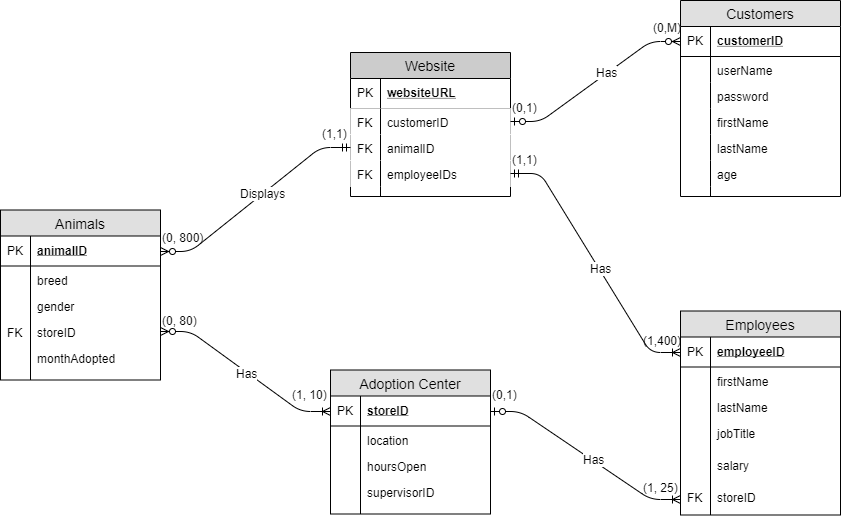
This is Group Assignment 2.png from mtu5017/IST210, a draw.io export, as it was before one commit. Source tidied: cells renumbered, new cells last; positions are measured from the earlier drawing's top-left corner, leaving out a move shared by most shapes.
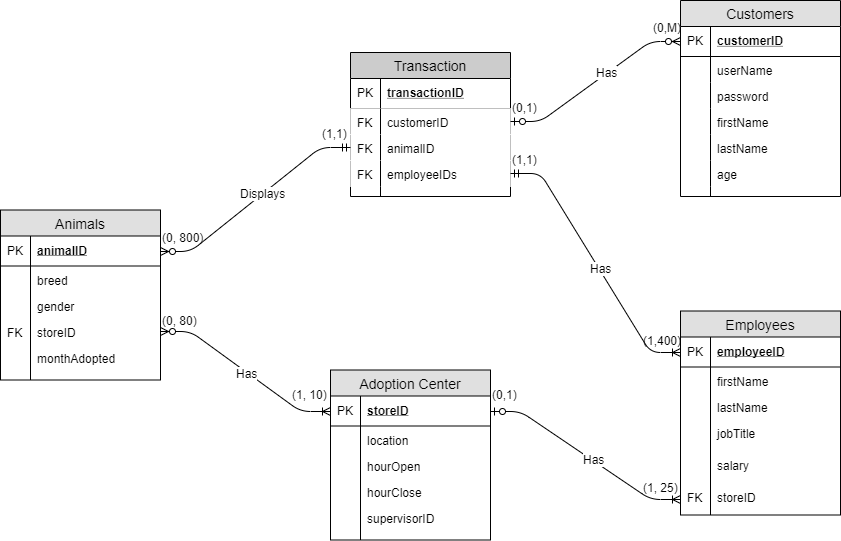
Above is the later version.

The edit, as a diff of the source:
```diff
@@ -87,7 +87,7 @@
       <mxGeometry width="30" height="10" as="geometry" />
     </mxCell>
     <mxCell id="30" value="Adoption Center" style="swimlane;fontStyle=0;horizontal=1;startSize=26;fillColor=#e0e0e0;swimlaneFillColor=#ffffff;align=center;fontSize=14;" parent="1" vertex="1">
-      <mxGeometry x="330" y="369.5" width="160" height="144" as="geometry" />
+      <mxGeometry x="330" y="369.5" width="160" height="170" as="geometry" />
     </mxCell>
     <mxCell id="31" value="storeID" style="shape=partialRectangle;top=0;left=0;right=0;bottom=1;align=left;verticalAlign=middle;fillColor=none;spacingLeft=34;spacingRight=4;overflow=hidden;points=[[0,0.5],[1,0.5]];portConstraint=eastwest;fontStyle=5;fontSize=12;" parent="30" vertex="1">
       <mxGeometry y="26" width="160" height="30" as="geometry" />
@@ -101,20 +101,26 @@
     <mxCell id="34" style="shape=partialRectangle;top=0;left=0;bottom=0;fillColor=none;align=left;verticalAlign=top;spacingLeft=4;spacingRight=4;overflow=hidden;fontSize=12;" parent="33" vertex="1">
       <mxGeometry width="30" height="26" as="geometry" />
     </mxCell>
-    <mxCell id="35" value="hoursOpen" style="shape=partialRectangle;top=0;left=0;right=0;bottom=0;align=left;verticalAlign=top;fillColor=none;spacingLeft=34;spacingRight=4;overflow=hidden;fontSize=12;" parent="30" vertex="1">
+    <mxCell id="35" value="hourOpen&#10;" style="shape=partialRectangle;top=0;left=0;right=0;bottom=0;align=left;verticalAlign=top;fillColor=none;spacingLeft=34;spacingRight=4;overflow=hidden;fontSize=12;" parent="30" vertex="1">
       <mxGeometry y="82" width="160" height="26" as="geometry" />
     </mxCell>
     <mxCell id="36" style="shape=partialRectangle;top=0;left=0;bottom=0;fillColor=none;align=left;verticalAlign=top;spacingLeft=4;spacingRight=4;overflow=hidden;fontSize=12;" parent="35" vertex="1">
       <mxGeometry width="30" height="26" as="geometry" />
     </mxCell>
+    <mxCell id="87" value="hourClose&#10;" style="shape=partialRectangle;top=0;left=0;right=0;bottom=0;align=left;verticalAlign=top;fillColor=none;spacingLeft=34;spacingRight=4;overflow=hidden;fontSize=12;" parent="30" vertex="1">
+      <mxGeometry y="108" width="160" height="26" as="geometry" />
+    </mxCell>
+    <mxCell id="88" style="shape=partialRectangle;top=0;left=0;bottom=0;fillColor=none;align=left;verticalAlign=top;spacingLeft=4;spacingRight=4;overflow=hidden;fontSize=12;" parent="87" vertex="1">
+      <mxGeometry width="30" height="26" as="geometry" />
+    </mxCell>
     <mxCell id="37" value="supervisorID" style="shape=partialRectangle;top=0;left=0;right=0;bottom=0;align=left;verticalAlign=top;fillColor=none;spacingLeft=34;spacingRight=4;overflow=hidden;fontSize=12;" parent="30" vertex="1">
-      <mxGeometry y="108" width="160" height="26" as="geometry" />
+      <mxGeometry y="134" width="160" height="26" as="geometry" />
     </mxCell>
     <mxCell id="38" style="shape=partialRectangle;top=0;left=0;bottom=0;fillColor=none;align=left;verticalAlign=top;spacingLeft=4;spacingRight=4;overflow=hidden;fontSize=12;" parent="37" vertex="1">
       <mxGeometry width="30" height="26" as="geometry" />
     </mxCell>
     <mxCell id="39" style="shape=partialRectangle;top=0;left=0;right=0;bottom=0;align=left;verticalAlign=top;fillColor=none;spacingLeft=34;spacingRight=4;overflow=hidden;fontSize=12;" parent="30" vertex="1">
-      <mxGeometry y="134" width="160" height="10" as="geometry" />
+      <mxGeometry y="160" width="160" height="10" as="geometry" />
     </mxCell>
     <mxCell id="40" style="shape=partialRectangle;top=0;left=0;bottom=0;fillColor=none;align=left;verticalAlign=top;spacingLeft=4;spacingRight=4;overflow=hidden;fontSize=12;" parent="39" vertex="1">
       <mxGeometry width="30" height="10" as="geometry" />
@@ -164,10 +170,10 @@
     <mxCell id="55" style="shape=partialRectangle;top=0;left=0;bottom=0;fillColor=none;align=left;verticalAlign=top;spacingLeft=4;spacingRight=4;overflow=hidden;fontSize=12;" parent="54" vertex="1">
       <mxGeometry width="30" height="10" as="geometry" />
     </mxCell>
-    <mxCell id="56" value="Website" style="swimlane;fontStyle=0;horizontal=1;startSize=26;fillColor=#CCCCCC;swimlaneFillColor=#ffffff;align=center;fontSize=14;gradientColor=none;" parent="1" vertex="1">
+    <mxCell id="56" value="Transaction" style="swimlane;fontStyle=0;horizontal=1;startSize=26;fillColor=#CCCCCC;swimlaneFillColor=#ffffff;align=center;fontSize=14;gradientColor=none;" parent="1" vertex="1">
       <mxGeometry x="350" y="52" width="160" height="144" as="geometry" />
     </mxCell>
-    <mxCell id="57" value="websiteURL" style="shape=partialRectangle;top=0;left=0;right=0;bottom=1;align=left;verticalAlign=middle;fillColor=none;spacingLeft=34;spacingRight=4;overflow=hidden;fontStyle=5;fontSize=12;" parent="56" vertex="1">
+    <mxCell id="57" value="transactionID" style="shape=partialRectangle;top=0;left=0;right=0;bottom=1;align=left;verticalAlign=middle;fillColor=none;spacingLeft=34;spacingRight=4;overflow=hidden;fontStyle=5;fontSize=12;" parent="56" vertex="1">
       <mxGeometry y="26" width="160" height="30" as="geometry" />
     </mxCell>
     <mxCell id="58" value="PK" style="shape=partialRectangle;top=0;left=0;bottom=0;fillColor=none;align=left;verticalAlign=middle;spacingLeft=4;spacingRight=4;overflow=hidden;fontSize=12;" parent="57" vertex="1">
```
